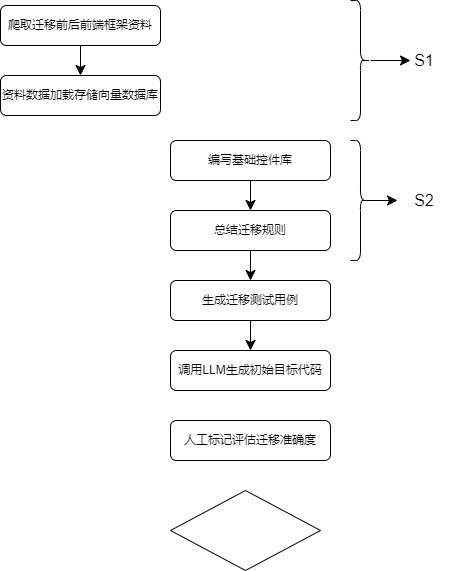
The draw.io diagram 专利2.drawio.png in fydgmy/jubilant-potato, before a commit. Source tidied: cells renumbered, new cells last; positions are measured from the earlier drawing's top-left corner, leaving out a move shared by most shapes.
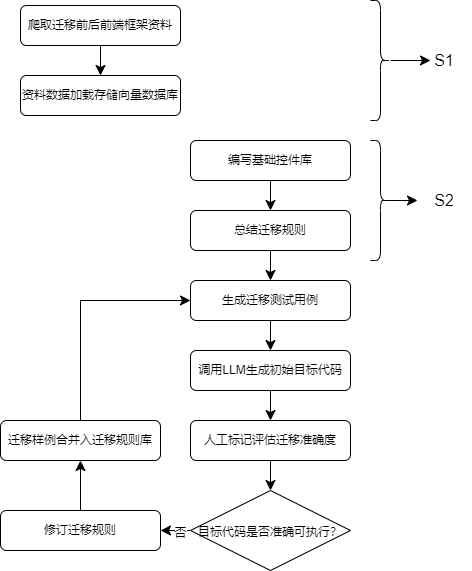
After the change.

The edit, as a diff of the source:
```diff
@@ -49,14 +49,42 @@
     <mxCell id="16" value="S2" style="text;strokeColor=none;fillColor=none;html=1;align=center;verticalAlign=middle;whiteSpace=wrap;rounded=0;fontSize=16;" parent="1" vertex="1">
       <mxGeometry x="397" y="185" width="54" height="30" as="geometry" />
     </mxCell>
+    <mxCell id="20" style="edgeStyle=none;curved=1;rounded=0;jettySize=auto;html=1;exitX=0.5;exitY=1;exitDx=0;exitDy=0;entryX=0.5;entryY=0;entryDx=0;entryDy=0;fontSize=12;startSize=8;endSize=8;" parent="1" edge="1" source="17" target="18">
+      <mxGeometry relative="1" as="geometry" />
+    </mxCell>
     <mxCell id="17" value="调用LLM生成初始目标代码" style="rounded=1;whiteSpace=wrap;html=1;fontSize=12;glass=0;strokeWidth=1;shadow=0;" parent="1" vertex="1">
       <mxGeometry x="170" y="350" width="160" height="40" as="geometry" />
     </mxCell>
+    <mxCell id="21" style="edgeStyle=none;curved=1;rounded=0;jettySize=auto;html=1;exitX=0.5;exitY=1;exitDx=0;exitDy=0;entryX=0.5;entryY=0;entryDx=0;entryDy=0;fontSize=12;startSize=8;endSize=8;" parent="1" edge="1" source="18" target="19">
+      <mxGeometry relative="1" as="geometry" />
+    </mxCell>
     <mxCell id="18" value="人工标记评估迁移准确度" style="rounded=1;whiteSpace=wrap;html=1;fontSize=12;glass=0;strokeWidth=1;shadow=0;" parent="1" vertex="1">
       <mxGeometry x="170" y="420" width="160" height="40" as="geometry" />
     </mxCell>
+    <mxCell id="22" style="edgeStyle=none;curved=1;rounded=0;jettySize=auto;html=1;entryX=1;entryY=0.5;entryDx=0;entryDy=0;fontSize=12;startSize=8;endSize=8;" parent="1" edge="1" source="19" target="25">
+      <mxGeometry relative="1" as="geometry" />
+    </mxCell>
+    <mxCell id="23" value="&lt;font style=&quot;font-size: 12px;&quot;&gt;否&lt;/font&gt;" style="edgeLabel;html=1;align=center;verticalAlign=middle;fontSize=16;" parent="22" vertex="1">
+      <mxGeometry x="-0.24" relative="1" as="geometry" />
+    </mxCell>
-    <mxCell id="19" style="rhombus;whiteSpace=wrap;html=1;fontSize=16;" parent="1" vertex="1">
-      <mxGeometry x="170" y="490" width="150" height="80" as="geometry" />
+    <mxCell id="19" value="&lt;font style=&quot;font-size: 12px;&quot;&gt;目标代码是否准确可执行？&lt;/font&gt;" style="rhombus;whiteSpace=wrap;html=1;fontSize=16;" parent="1" vertex="1">
+      <mxGeometry x="170" y="490" width="160" height="80" as="geometry" />
     </mxCell>
+    <mxCell id="24" style="edgeStyle=none;curved=1;rounded=0;jettySize=auto;html=1;fontSize=12;startSize=8;endSize=8;" parent="1" edge="1" source="25" target="27">
+      <mxGeometry relative="1" as="geometry" />
+    </mxCell>
+    <mxCell id="25" value="修订迁移规则" style="rounded=1;whiteSpace=wrap;html=1;fontSize=12;glass=0;strokeWidth=1;shadow=0;" parent="1" vertex="1">
+      <mxGeometry x="-20" y="510" width="160" height="40" as="geometry" />
+    </mxCell>
+    <mxCell id="26" style="edgeStyle=elbowEdgeStyle;rounded=0;jettySize=auto;html=1;entryX=0;entryY=0.5;entryDx=0;entryDy=0;fontSize=12;startSize=8;endSize=8;exitX=0.5;exitY=0;exitDx=0;exitDy=0;" parent="1" edge="1" source="27" target="13">
+      <mxGeometry relative="1" as="geometry">
+        <Array as="points">
+          <mxPoint x="60" y="320" />
+        </Array>
+      </mxGeometry>
+    </mxCell>
+    <mxCell id="27" value="迁移样例合并入迁移规则库" style="rounded=1;whiteSpace=wrap;html=1;fontSize=12;glass=0;strokeWidth=1;shadow=0;" parent="1" vertex="1">
+      <mxGeometry x="-20" y="420" width="160" height="40" as="geometry" />
+    </mxCell>
   </root>
 </mxGraphModel>
```
